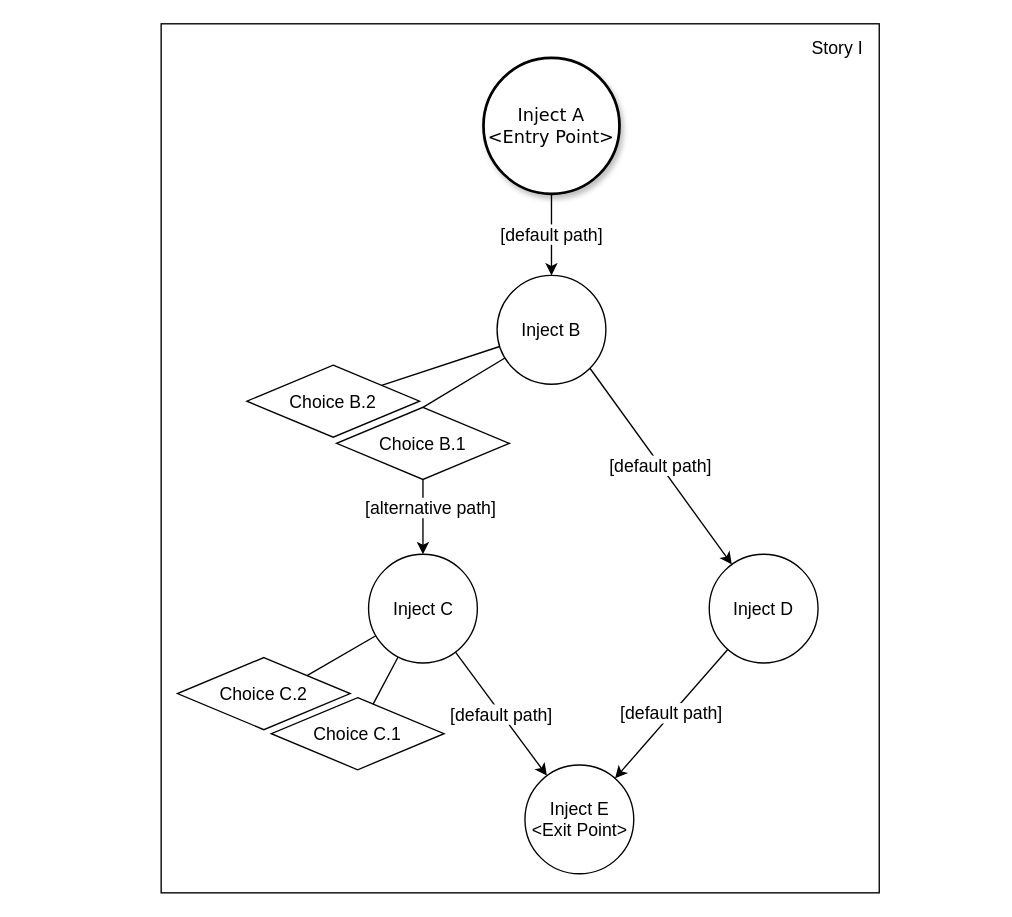
This is page "Example Story" (1 of 7) of artefacts/requirements/examples/Example Scenario.drawio from Elias-Ladenburger/CSEP, a draw.io file, before an edit. Source tidied: cells renumbered, new cells numbered last; positions are measured from the earlier drawing's top-left corner, leaving out a move shared by most shapes. Both pictures are drawn from the tidied source at 136%, with x=0, y=0 at pixel (160, 23).
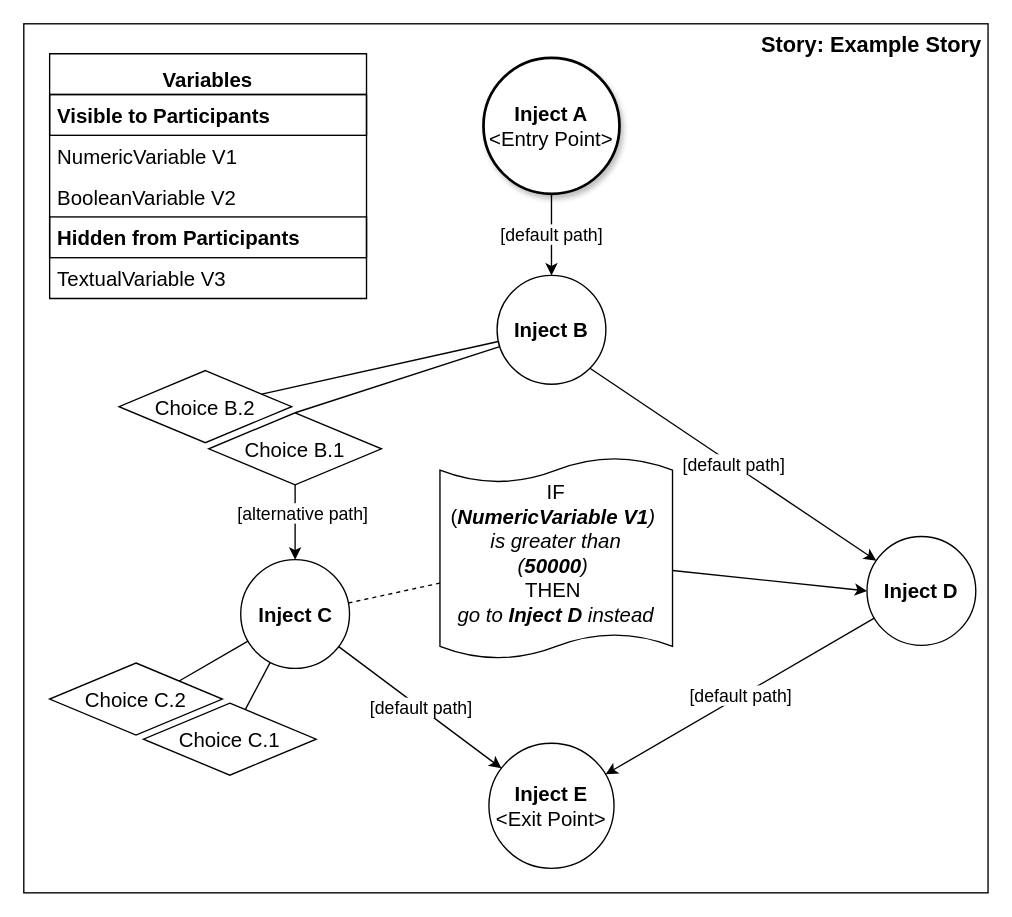
The same page after the edit.

The edit, as a diff of the source:
```diff
@@
-    <mxCell id="2" style="rounded=0;whiteSpace=wrap;html=1;fontSize=13;" parent="1" vertex="1">
-      <mxGeometry width="528" height="639" as="geometry" />
+    <mxCell id="2" style="rounded=0;whiteSpace=wrap;html=1;fontSize=13;fontFamily=Helvetica;" parent="1" vertex="1">
+      <mxGeometry x="-101" width="709" height="639" as="geometry" />
     </mxCell>
-    <mxCell id="3" value="Inject A&lt;br style=&quot;font-size: 13px;&quot;&gt;&amp;lt;Entry Point&amp;gt;" style="ellipse;whiteSpace=wrap;html=1;rounded=1;shadow=1;comic=0;labelBackgroundColor=none;strokeWidth=2;fontFamily=Verdana;fontSize=13;align=center;" parent="1" vertex="1">
+    <mxCell id="3" value="&lt;font style=&quot;font-size: 15px;&quot;&gt;Inject A&lt;/font&gt;&lt;br style=&quot;font-size: 15px;&quot;&gt;&lt;span style=&quot;font-weight: normal; font-size: 15px;&quot;&gt;&amp;lt;Entry Point&amp;gt;&lt;/span&gt;" style="ellipse;whiteSpace=wrap;html=1;rounded=1;shadow=1;comic=0;labelBackgroundColor=none;strokeWidth=2;fontFamily=Helvetica;fontSize=15;align=center;fontStyle=1;" parent="1" vertex="1">
       <mxGeometry x="237" y="25" width="100" height="100" as="geometry" />
     </mxCell>
@@
-    <mxCell id="6" value="Inject B" style="ellipse;whiteSpace=wrap;html=1;fontSize=13;" parent="1" vertex="1">
+    <mxCell id="6" value="Inject B" style="ellipse;whiteSpace=wrap;html=1;fontSize=15;fontStyle=1;" parent="1" vertex="1">
       <mxGeometry x="247" y="185" width="80" height="80" as="geometry" />
     </mxCell>
@@
-    <mxCell id="8" value="Inject E&lt;br style=&quot;font-size: 13px;&quot;&gt;&amp;lt;Exit Point&amp;gt;" style="ellipse;whiteSpace=wrap;html=1;fontSize=13;" parent="1" vertex="1">
-      <mxGeometry x="267.5" y="545" width="80" height="80" as="geometry" />
+    <mxCell id="8" value="&lt;b style=&quot;font-size: 15px;&quot;&gt;&lt;font style=&quot;font-size: 15px;&quot;&gt;Inject E&lt;/font&gt;&lt;/b&gt;&lt;br style=&quot;font-size: 15px;&quot;&gt;&amp;lt;Exit Point&amp;gt;" style="ellipse;whiteSpace=wrap;html=1;fontSize=15;" parent="1" vertex="1">
+      <mxGeometry x="241" y="529" width="92" height="92" as="geometry" />
     </mxCell>
@@
+    <mxCell id="22" style="edgeStyle=none;rounded=0;jettySize=auto;html=1;labelBackgroundColor=#000000;fontSize=15;fontColor=#000000;strokeColor=#000000;strokeWidth=1;fillColor=#FFFFFF;verticalAlign=middle;dashed=1;endArrow=none;endFill=0;" parent="1" edge="1" source="10" target="30">
+      <mxGeometry relative="1" as="geometry" />
+    </mxCell>
-    <mxCell id="10" value="Inject C" style="ellipse;whiteSpace=wrap;html=1;fontSize=13;" parent="1" vertex="1">
-      <mxGeometry x="152.5" y="390" width="80" height="80" as="geometry" />
+    <mxCell id="10" value="Inject C" style="ellipse;whiteSpace=wrap;html=1;fontSize=15;fontStyle=1;" parent="1" vertex="1">
+      <mxGeometry x="58.5" y="394" width="80" height="80" as="geometry" />
     </mxCell>
@@
-    <mxCell id="12" value="Inject D" style="ellipse;whiteSpace=wrap;html=1;fontSize=13;" parent="1" vertex="1">
-      <mxGeometry x="403" y="390" width="80" height="80" as="geometry" />
+    <mxCell id="12" value="Inject D" style="ellipse;whiteSpace=wrap;html=1;fontSize=15;fontStyle=1;" parent="1" vertex="1">
+      <mxGeometry x="519" y="377" width="80" height="80" as="geometry" />
     </mxCell>
-    <mxCell id="13" value="Choice B.1" style="rhombus;whiteSpace=wrap;html=1;fontSize=13;" parent="1" vertex="1">
-      <mxGeometry x="129" y="282" width="127" height="53" as="geometry" />
+    <mxCell id="13" value="Choice B.1" style="rhombus;whiteSpace=wrap;html=1;fontSize=15;" parent="1" vertex="1">
+      <mxGeometry x="35" y="286" width="127" height="53" as="geometry" />
     </mxCell>
@@
-    <mxCell id="15" value="Choice B.2" style="rhombus;whiteSpace=wrap;html=1;fontSize=13;" parent="1" vertex="1">
-      <mxGeometry x="63" y="251" width="127" height="53" as="geometry" />
+    <mxCell id="15" value="Choice B.2" style="rhombus;whiteSpace=wrap;html=1;fontSize=15;" parent="1" vertex="1">
+      <mxGeometry x="-31" y="255" width="127" height="53" as="geometry" />
     </mxCell>
@@
-    <mxCell id="17" value="Choice C.1" style="rhombus;whiteSpace=wrap;html=1;fontSize=13;" parent="1" vertex="1">
-      <mxGeometry x="81" y="495.5" width="127" height="53" as="geometry" />
+    <mxCell id="17" value="Choice C.1" style="rhombus;whiteSpace=wrap;html=1;fontSize=15;" parent="1" vertex="1">
+      <mxGeometry x="-13" y="499.5" width="127" height="53" as="geometry" />
     </mxCell>
@@
-    <mxCell id="19" value="Choice C.2" style="rhombus;whiteSpace=wrap;html=1;fontSize=13;" parent="1" vertex="1">
-      <mxGeometry x="12" y="466" width="127" height="53" as="geometry" />
+    <mxCell id="19" value="Choice C.2" style="rhombus;whiteSpace=wrap;html=1;fontSize=15;" parent="1" vertex="1">
+      <mxGeometry x="-82" y="470" width="127" height="53" as="geometry" />
     </mxCell>
@@
-    <mxCell id="21" value="Story I" style="text;html=1;align=center;verticalAlign=middle;strokeColor=none;fontSize=13;" parent="1" vertex="1">
-      <mxGeometry x="473" y="8" width="48" height="20" as="geometry" />
+    <mxCell id="21" value="Story: Example Story" style="text;html=1;align=center;verticalAlign=middle;strokeColor=none;fontSize=16;fontStyle=1;" parent="1" vertex="1">
+      <mxGeometry x="436" y="3" width="172" height="23" as="geometry" />
     </mxCell>
+    <mxCell id="23" value="Variables" style="swimlane;fontStyle=1;horizontal=1;startSize=30;fontSize=15;fontColor=#000000;strokeColor=#000000;align=center;verticalAlign=bottom;" parent="1" vertex="1">
+      <mxGeometry x="-82" y="22" width="233" height="180" as="geometry" />
+    </mxCell>
+    <mxCell id="24" value="Visible to Participants" style="text;strokeColor=default;fillColor=none;align=left;verticalAlign=middle;spacingLeft=4;spacingRight=4;overflow=hidden;fontSize=15;fontColor=#000000;fontStyle=1;" parent="23" vertex="1">
+      <mxGeometry y="30" width="233" height="30" as="geometry" />
+    </mxCell>
+    <mxCell id="25" value="NumericVariable V1" style="text;strokeColor=none;fillColor=none;align=left;verticalAlign=middle;spacingLeft=4;spacingRight=4;overflow=hidden;fontSize=15;fontColor=#000000;" parent="23" vertex="1">
+      <mxGeometry y="60" width="233" height="30" as="geometry" />
+    </mxCell>
+    <mxCell id="26" value="BooleanVariable V2" style="text;strokeColor=none;fillColor=none;align=left;verticalAlign=middle;spacingLeft=4;spacingRight=4;overflow=hidden;fontSize=15;fontColor=#000000;" parent="23" vertex="1">
+      <mxGeometry y="90" width="233" height="30" as="geometry" />
+    </mxCell>
+    <mxCell id="27" value="Hidden from Participants" style="text;strokeColor=default;fillColor=none;align=left;verticalAlign=middle;spacingLeft=4;spacingRight=4;overflow=hidden;fontSize=15;fontColor=#000000;fontStyle=1;" parent="23" vertex="1">
+      <mxGeometry y="120" width="233" height="30" as="geometry" />
+    </mxCell>
+    <mxCell id="28" value="TextualVariable V3" style="text;strokeColor=none;fillColor=none;align=left;verticalAlign=middle;spacingLeft=4;spacingRight=4;overflow=hidden;fontSize=15;fontColor=#000000;" parent="23" vertex="1">
+      <mxGeometry y="150" width="233" height="30" as="geometry" />
+    </mxCell>
+    <mxCell id="29" style="edgeStyle=none;rounded=0;jettySize=auto;html=1;entryX=0;entryY=0.5;entryDx=0;entryDy=0;labelBackgroundColor=#000000;fontSize=15;fontColor=#000000;strokeColor=#000000;strokeWidth=1;fillColor=#FFFFFF;verticalAlign=middle;" parent="1" edge="1" source="30" target="12">
+      <mxGeometry relative="1" as="geometry" />
+    </mxCell>
+    <mxCell id="30" value="IF&lt;br&gt;(&lt;i&gt;&lt;b&gt;NumericVariable V1&lt;/b&gt;)&lt;/i&gt;&amp;nbsp;&lt;br&gt;&lt;i&gt;is greater than&lt;/i&gt; &lt;br&gt;&lt;i&gt;(&lt;b&gt;50000&lt;/b&gt;)&lt;/i&gt;&amp;nbsp;&lt;br&gt;THEN&lt;i&gt;&amp;nbsp;&lt;/i&gt;&lt;br&gt;&lt;i&gt;go to&amp;nbsp;&lt;/i&gt;&lt;i&gt;&lt;b&gt;Inject D &lt;/b&gt;instead&lt;/i&gt;" style="shape=tape;whiteSpace=wrap;html=1;fontSize=15;fontColor=#000000;strokeColor=#000000;align=center;verticalAlign=top;size=0.12470588235294258;spacingTop=10;spacingBottom=10;spacingRight=5;spacingLeft=5;" parent="1" vertex="1">
+      <mxGeometry x="205" y="319" width="171" height="148" as="geometry" />
+    </mxCell>
```
